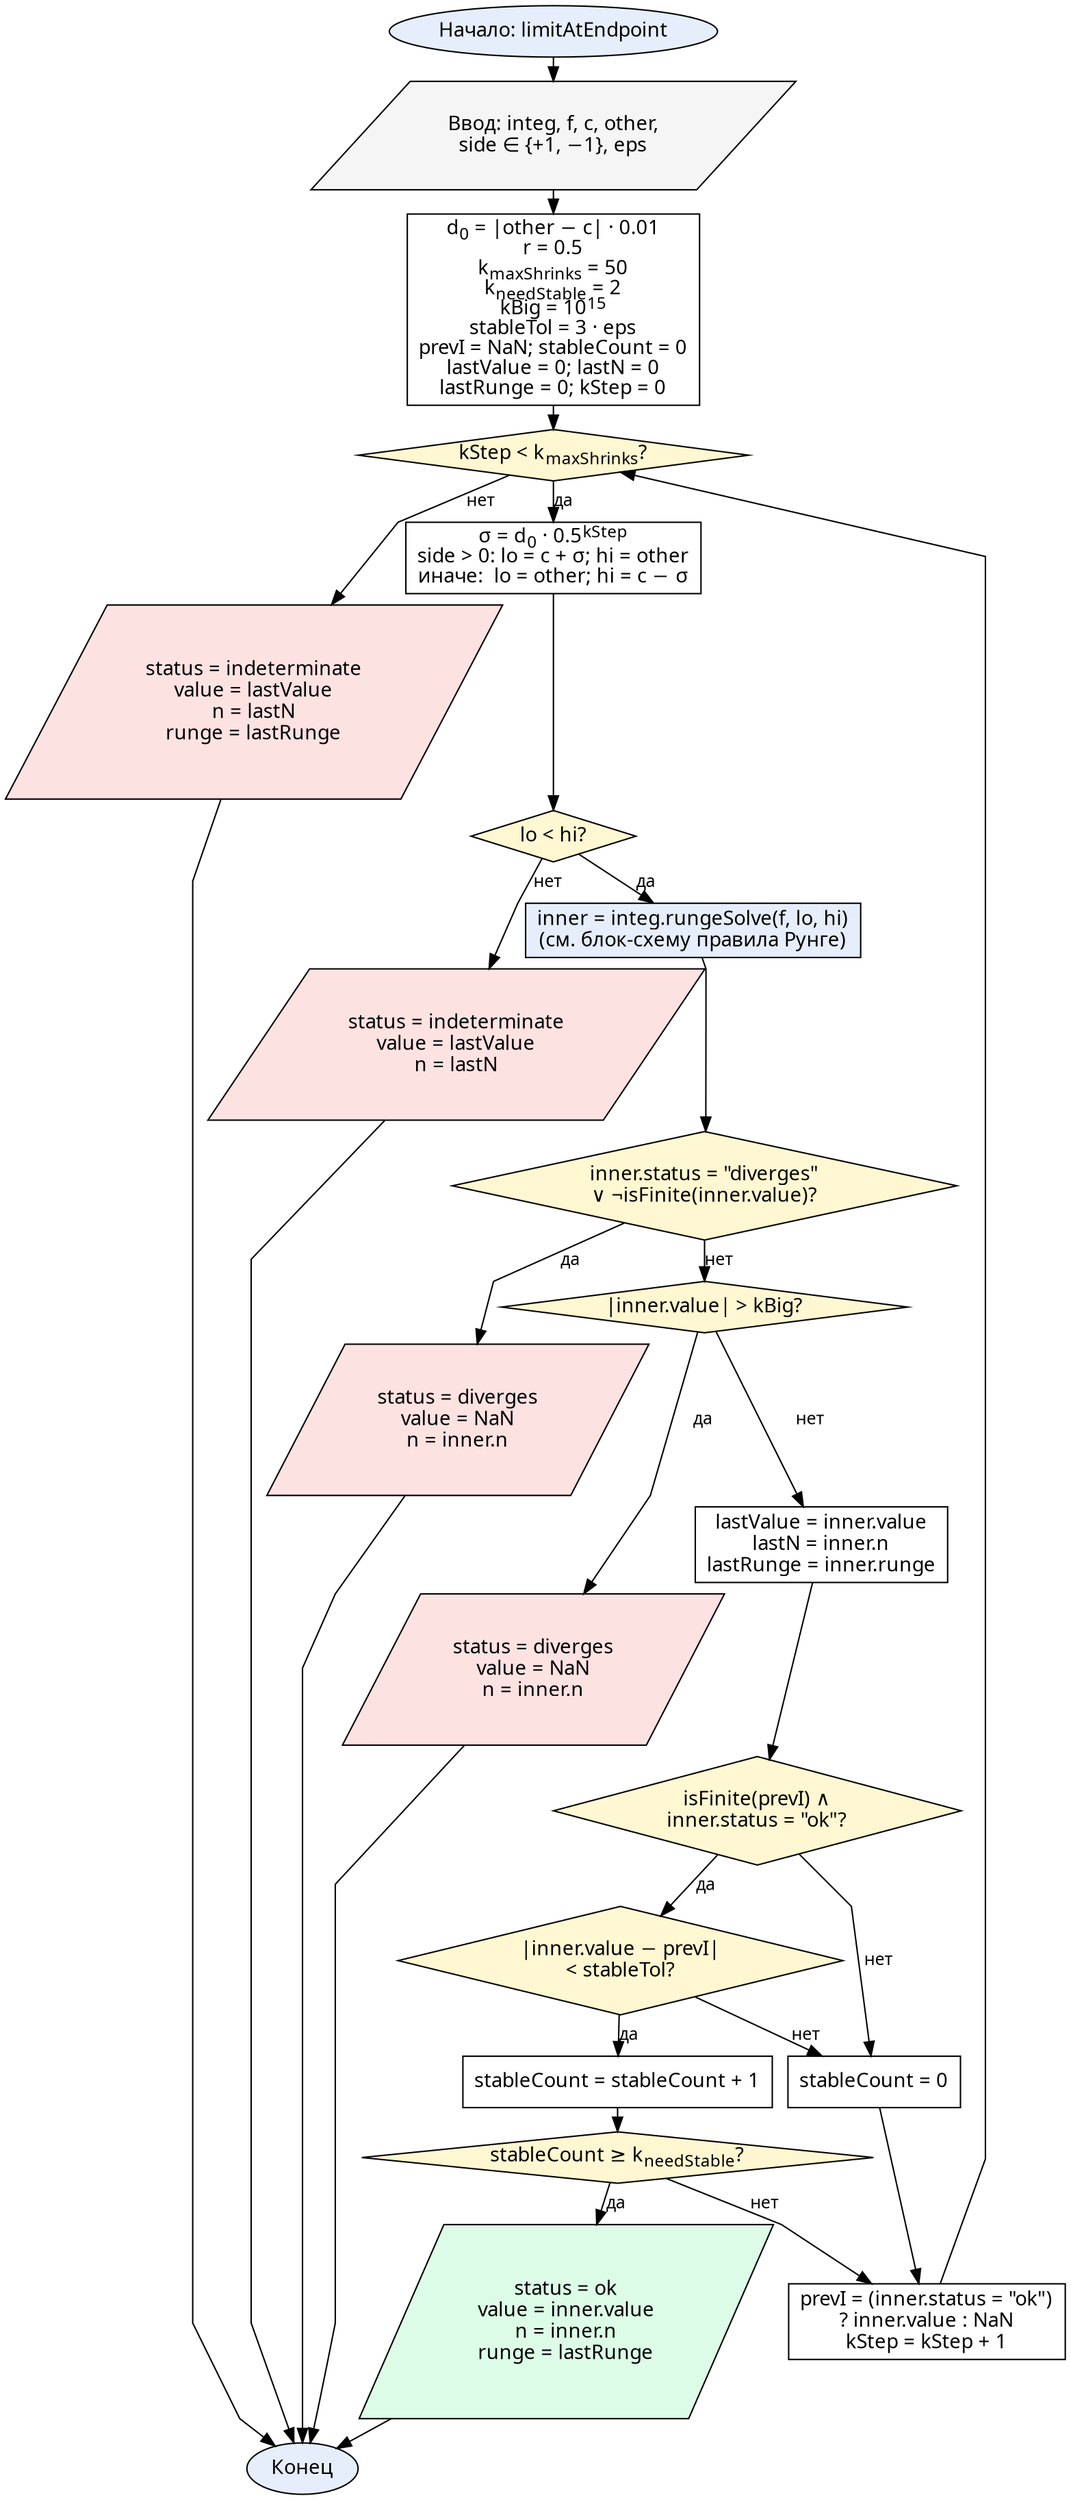
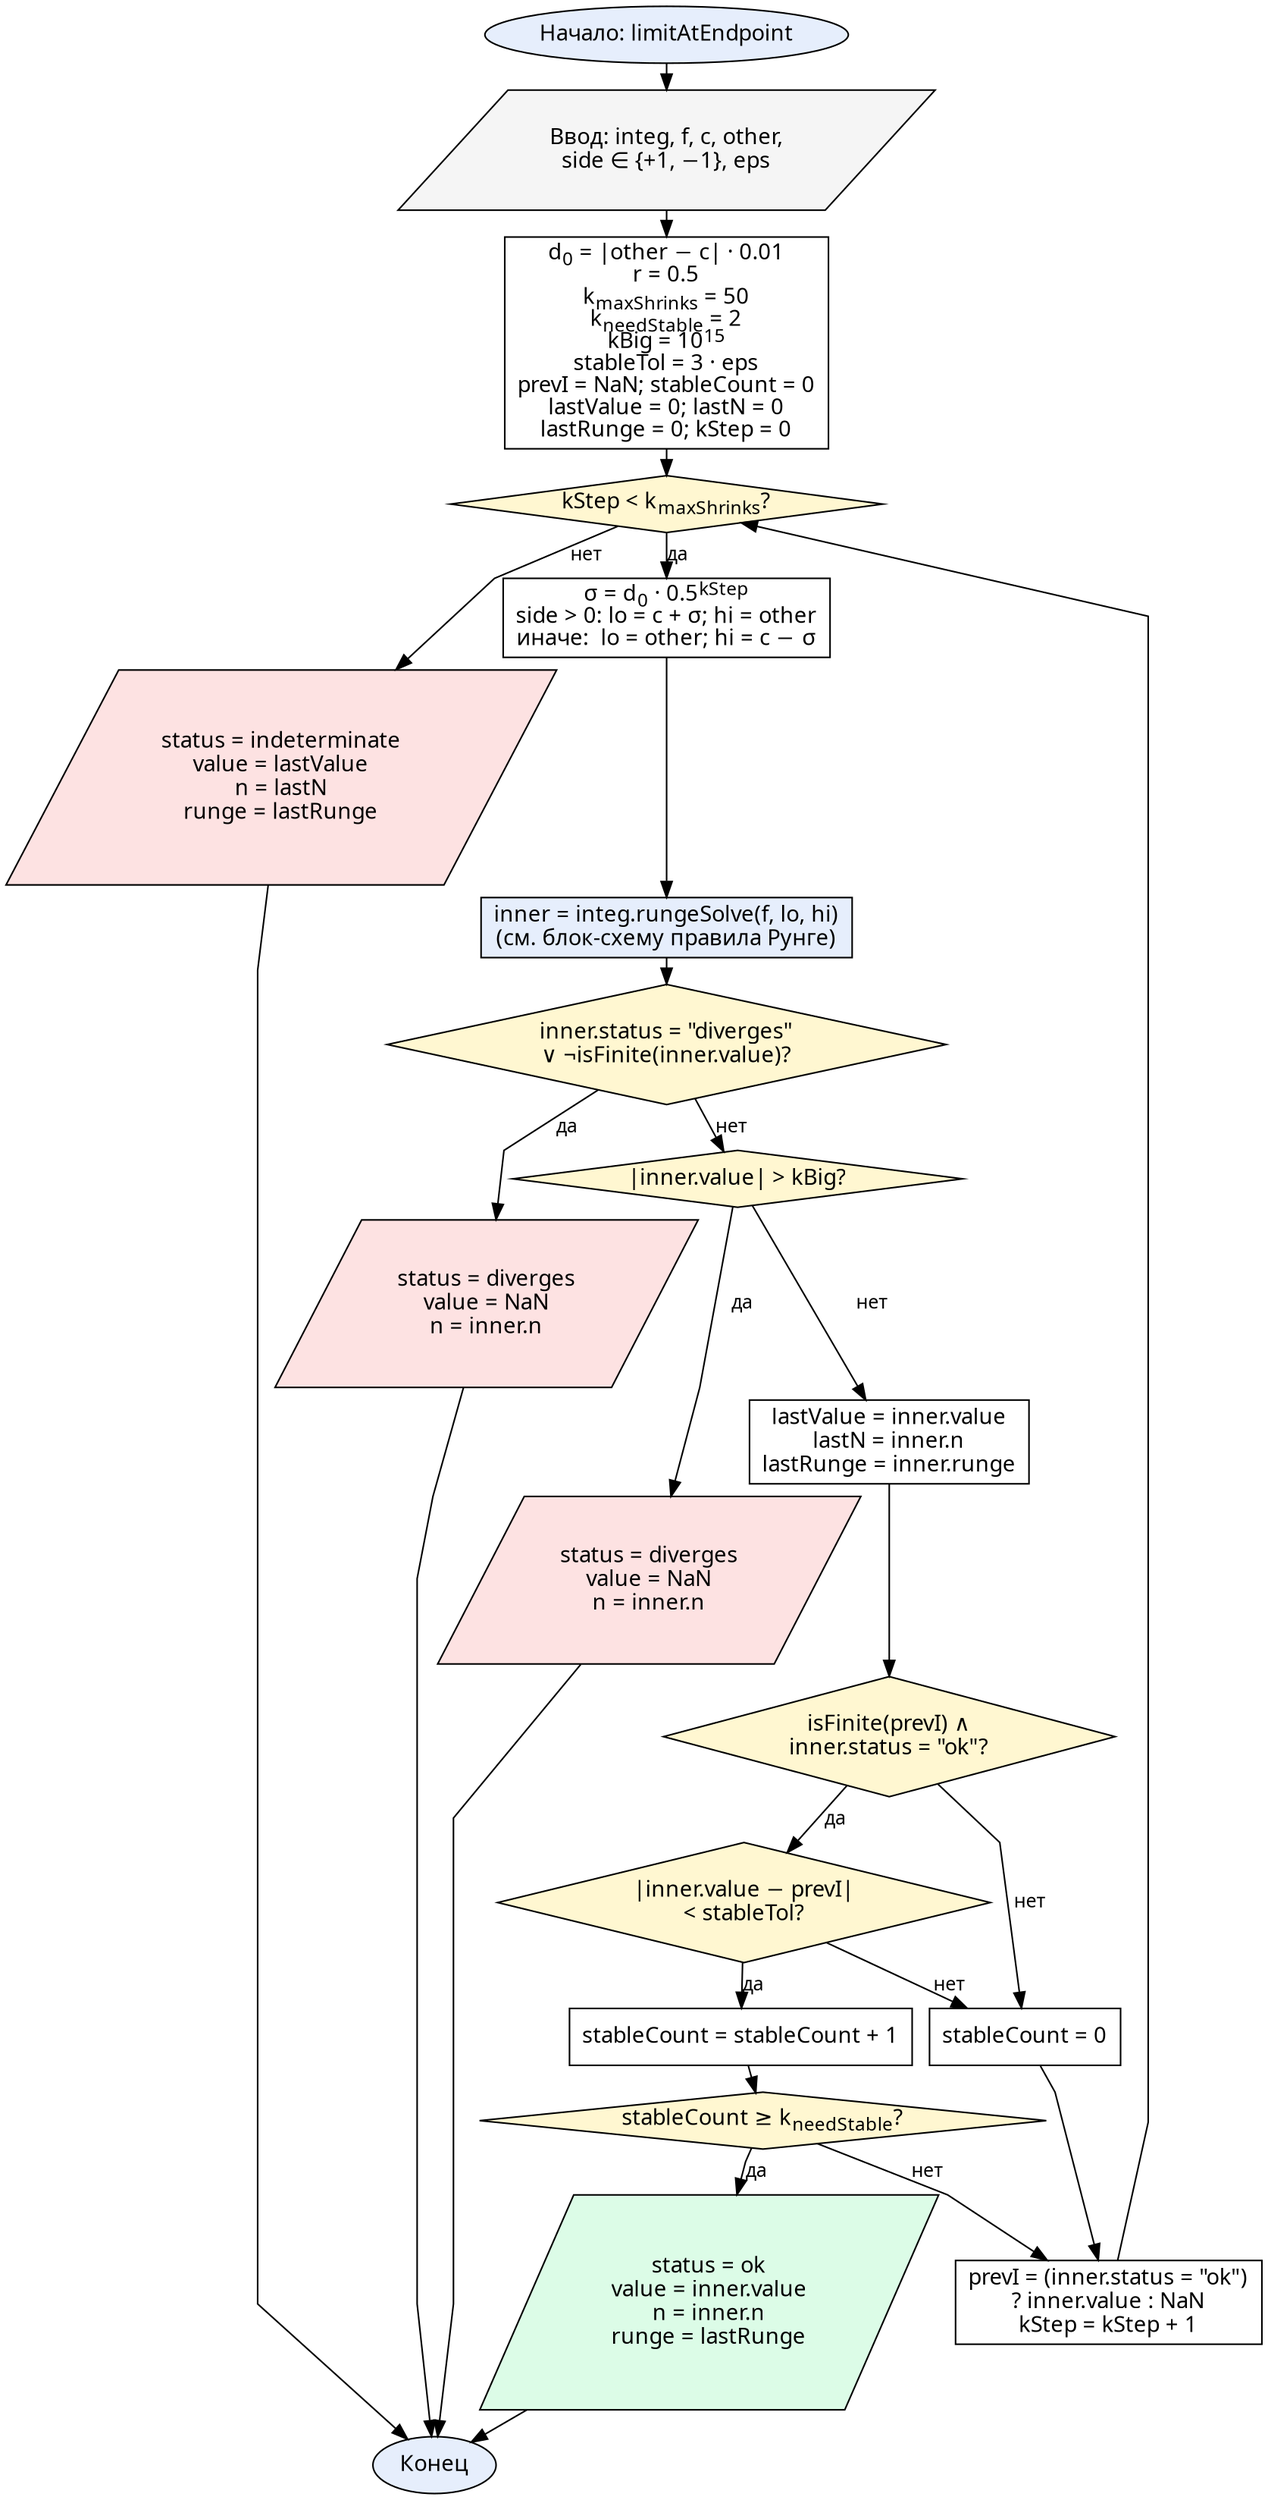
digraph LimitAtEndpoint {
  graph [fontname="CMU Serif", rankdir=TB, nodesep=0.15, ranksep=0.12, splines=polyline]
  node  [fontname="CMU Serif", fontsize=14, style="filled", fillcolor="#ffffff", color="#000000"]
  edge  [fontname="CMU Serif", fontsize=12, color="#000000"]

  start [label="Начало: limitAtEndpoint", shape=oval, fillcolor="#e6eefc"]
  input [label=<Ввод: integ, f, c, other,<BR/>side ∈ {+1, −1}, eps>, shape=parallelogram, fillcolor="#f5f5f5"]
  init  [label=<d<SUB>0</SUB> = |other − c| · 0.01<BR/>r = 0.5<BR/>k<SUB>maxShrinks</SUB> = 50<BR/>k<SUB>needStable</SUB> = 2<BR/>kBig = 10<SUP>15</SUP><BR/>stableTol = 3 · eps<BR/>prevI = NaN; stableCount = 0<BR/>lastValue = 0; lastN = 0<BR/>lastRunge = 0; kStep = 0>, shape=box]

  chkLoop  [label=<kStep &lt; k<SUB>maxShrinks</SUB>?>, shape=diamond, fillcolor="#fff7d1"]
  retInd   [label=<status = indeterminate<BR/>value = lastValue<BR/>n = lastN<BR/>runge = lastRunge>, shape=parallelogram, fillcolor="#fde2e2"]

  comp     [label=<σ = d<SUB>0</SUB> · 0.5<SUP>kStep</SUP><BR/>side &gt; 0:&nbsp;lo = c + σ; hi = other<BR/>иначе:&nbsp;&nbsp;lo = other; hi = c − σ>, shape=box]
-   chkLoHi  [label=<lo &lt; hi?>, shape=diamond, fillcolor="#fff7d1"]
-   retIndLo [label=<status = indeterminate<BR/>value = lastValue<BR/>n = lastN>, shape=parallelogram, fillcolor="#fde2e2"]

  callRunge [label=<inner = integ.rungeSolve(f, lo, hi)<BR/>(см. блок-схему правила Рунге)>, shape=box, fillcolor="#e6eefc"]

  chkDiv    [label=<inner.status = "diverges"<BR/>∨ ¬isFinite(inner.value)?>, shape=diamond, fillcolor="#fff7d1"]
  retDiv    [label=<status = diverges<BR/>value = NaN<BR/>n = inner.n>, shape=parallelogram, fillcolor="#fde2e2"]
  chkBig    [label=<|inner.value| &gt; kBig?>, shape=diamond, fillcolor="#fff7d1"]
  retDivBig [label=<status = diverges<BR/>value = NaN<BR/>n = inner.n>, shape=parallelogram, fillcolor="#fde2e2"]

  upd       [label=<lastValue = inner.value<BR/>lastN = inner.n<BR/>lastRunge = inner.runge>, shape=box]

  chkPrev   [label=<isFinite(prevI) ∧<BR/>inner.status = "ok"?>, shape=diamond, fillcolor="#fff7d1"]
  chkClose  [label=<|inner.value − prevI|<BR/>&lt; stableTol?>, shape=diamond, fillcolor="#fff7d1"]
  incCnt    [label="stableCount = stableCount + 1", shape=box]
  zeroCnt   [label="stableCount = 0", shape=box]

  chkCnt    [label=<stableCount ≥ k<SUB>needStable</SUB>?>, shape=diamond, fillcolor="#fff7d1"]
  retOk     [label=<status = ok<BR/>value = inner.value<BR/>n = inner.n<BR/>runge = lastRunge>, shape=parallelogram, fillcolor="#dcfce7"]

  setPrev   [label=<prevI = (inner.status = "ok")<BR/>? inner.value : NaN<BR/>kStep = kStep + 1>, shape=box]

  stop [label="Конец", shape=oval, fillcolor="#e6eefc"]

  start -> input -> init -> chkLoop
  chkLoop -> retInd [label="нет"]
  retInd -> stop
  chkLoop -> comp [label="да"]
-   comp -> chkLoHi
-   chkLoHi -> retIndLo [label="нет"]
-   retIndLo -> stop
-   chkLoHi -> callRunge [label="да"]
+   comp -> callRunge
  callRunge -> chkDiv
  chkDiv -> retDiv [label="да"]
  retDiv -> stop
  chkDiv -> chkBig [label="нет"]
  chkBig -> retDivBig [label="да"]
  retDivBig -> stop
  chkBig -> upd [label="нет"]
  upd -> chkPrev
  chkPrev -> chkClose [label="да"]
  chkPrev -> zeroCnt [label="нет"]
  chkClose -> incCnt [label="да"]
  chkClose -> zeroCnt [label="нет"]
  incCnt -> chkCnt
  chkCnt -> retOk [label="да"]
  retOk -> stop
  chkCnt -> setPrev [label="нет"]
  zeroCnt -> setPrev
  setPrev -> chkLoop
}
